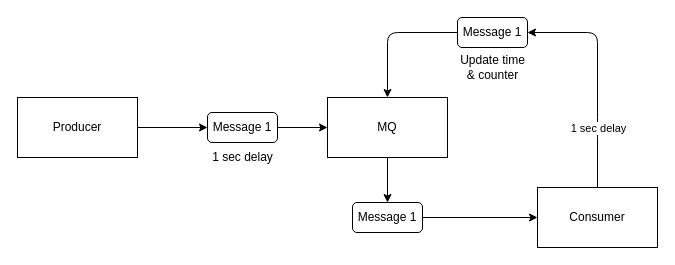
Earlier version of the draw.io diagram Docs/mq-loop-diagram.drawio (MarkBogelund/MessageManagementSystem). Source tidied: cells renumbered, new cells numbered last; positions are measured from the earlier drawing's top-left corner, leaving out a move shared by most shapes. Both pictures are drawn from the tidied source at 100%, with x=0, y=0 at pixel (17, 17).
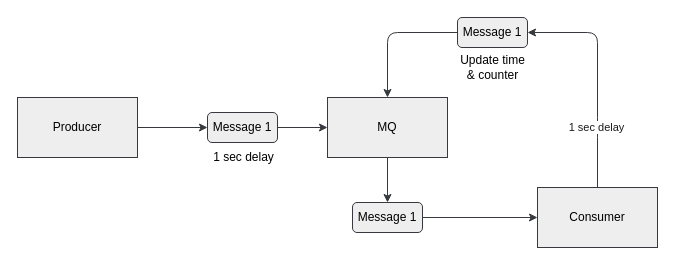
The same diagram, later.

Diff of the diagram source:
```diff
@@
-<mxGraphModel>
+<mxGraphModel background="#ffffff">
@@
-    <mxCell id="2" style="edgeStyle=none;html=1;entryX=0;entryY=0.5;entryDx=0;entryDy=0;" parent="1" edge="1" source="3" target="7">
+    <mxCell id="2" style="edgeStyle=none;html=1;entryX=0;entryY=0.5;entryDx=0;entryDy=0;fillColor=#eeeeee;strokeColor=#36393d;" parent="1" edge="1" source="3" target="7">
       <mxGeometry relative="1" as="geometry" />
     </mxCell>
-    <mxCell id="3" value="Producer" style="rounded=0;whiteSpace=wrap;html=1;" parent="1" vertex="1">
+    <mxCell id="3" value="&lt;font color=&quot;#000000&quot;&gt;Producer&lt;/font&gt;" style="rounded=0;whiteSpace=wrap;html=1;fillColor=#eeeeee;strokeColor=#36393d;" parent="1" vertex="1">
       <mxGeometry y="80" width="120" height="60" as="geometry" />
     </mxCell>
-    <mxCell id="4" style="edgeStyle=none;html=1;exitX=0.5;exitY=1;exitDx=0;exitDy=0;entryX=0.5;entryY=0;entryDx=0;entryDy=0;" parent="1" edge="1" source="5" target="9">
+    <mxCell id="4" style="edgeStyle=none;html=1;exitX=0.5;exitY=1;exitDx=0;exitDy=0;entryX=0.5;entryY=0;entryDx=0;entryDy=0;labelBorderColor=none;fillColor=#eeeeee;strokeColor=#36393d;" parent="1" edge="1" source="5" target="9">
       <mxGeometry relative="1" as="geometry" />
     </mxCell>
-    <mxCell id="5" value="MQ" style="rounded=0;whiteSpace=wrap;html=1;" parent="1" vertex="1">
+    <mxCell id="5" value="&lt;font color=&quot;#000000&quot;&gt;MQ&lt;/font&gt;" style="rounded=0;whiteSpace=wrap;html=1;fillColor=#eeeeee;strokeColor=#36393d;" parent="1" vertex="1">
       <mxGeometry x="310" y="80" width="120" height="60" as="geometry" />
     </mxCell>
-    <mxCell id="6" style="edgeStyle=none;html=1;exitX=1;exitY=0.5;exitDx=0;exitDy=0;entryX=0;entryY=0.5;entryDx=0;entryDy=0;" parent="1" edge="1" source="7" target="5">
+    <mxCell id="6" style="edgeStyle=none;html=1;exitX=1;exitY=0.5;exitDx=0;exitDy=0;entryX=0;entryY=0.5;entryDx=0;entryDy=0;fillColor=#eeeeee;strokeColor=#36393d;" parent="1" edge="1" source="7" target="5">
       <mxGeometry relative="1" as="geometry" />
     </mxCell>
-    <mxCell id="7" value="Message 1" style="rounded=1;whiteSpace=wrap;html=1;" parent="1" vertex="1">
+    <mxCell id="7" value="&lt;font color=&quot;#000000&quot;&gt;Message 1&lt;/font&gt;" style="rounded=1;whiteSpace=wrap;html=1;fillColor=#eeeeee;strokeColor=#36393d;" parent="1" vertex="1">
       <mxGeometry x="190" y="95" width="70" height="30" as="geometry" />
     </mxCell>
-    <mxCell id="8" style="edgeStyle=none;html=1;exitX=1;exitY=0.5;exitDx=0;exitDy=0;entryX=0;entryY=0.5;entryDx=0;entryDy=0;" parent="1" edge="1" source="9" target="12">
+    <mxCell id="8" style="edgeStyle=none;html=1;exitX=1;exitY=0.5;exitDx=0;exitDy=0;entryX=0;entryY=0.5;entryDx=0;entryDy=0;fillColor=#eeeeee;strokeColor=#36393d;" parent="1" edge="1" source="9" target="12">
       <mxGeometry relative="1" as="geometry" />
     </mxCell>
-    <mxCell id="9" value="Message 1" style="rounded=1;whiteSpace=wrap;html=1;" parent="1" vertex="1">
+    <mxCell id="9" value="&lt;font color=&quot;#000000&quot;&gt;Message 1&lt;/font&gt;" style="rounded=1;whiteSpace=wrap;html=1;fillColor=#eeeeee;strokeColor=#36393d;" parent="1" vertex="1">
       <mxGeometry x="335" y="185" width="70" height="30" as="geometry" />
     </mxCell>
-    <mxCell id="10" style="edgeStyle=none;html=1;exitX=0.5;exitY=0;exitDx=0;exitDy=0;entryX=1;entryY=0.5;entryDx=0;entryDy=0;" parent="1" edge="1" source="12" target="15">
+    <mxCell id="10" style="edgeStyle=none;html=1;exitX=0.5;exitY=0;exitDx=0;exitDy=0;entryX=1;entryY=0.5;entryDx=0;entryDy=0;fontStyle=0;labelBackgroundColor=#000000;fillColor=#eeeeee;strokeColor=#36393d;" parent="1" edge="1" source="12" target="15">
       <mxGeometry relative="1" as="geometry">
         <Array as="points">
           <mxPoint x="580" y="110" />
           <mxPoint x="580" y="15" />
         </Array>
       </mxGeometry>
     </mxCell>
-    <mxCell id="11" value="1 sec delay" style="edgeLabel;html=1;align=center;verticalAlign=middle;" parent="10" vertex="1">
-      <mxGeometry x="-0.59" y="-3" relative="1" as="geometry">
-        <mxPoint x="-3" y="-14" as="offset" />
+    <mxCell id="11" value="1 sec delay" style="edgeLabel;html=1;align=center;verticalAlign=middle;fontColor=#1A1A1A;labelBackgroundColor=#FFFFFF;" parent="10" vertex="1">
+      <mxGeometry x="-0.54" y="-5" relative="1" as="geometry">
+        <mxPoint x="-7" y="-9" as="offset" />
       </mxGeometry>
     </mxCell>
-    <mxCell id="12" value="Consumer" style="rounded=0;whiteSpace=wrap;html=1;" parent="1" vertex="1">
+    <mxCell id="12" value="&lt;font color=&quot;#000000&quot;&gt;Consumer&lt;/font&gt;" style="rounded=0;whiteSpace=wrap;html=1;fillColor=#eeeeee;strokeColor=#36393d;" parent="1" vertex="1">
       <mxGeometry x="520" y="170" width="120" height="60" as="geometry" />
     </mxCell>
-    <mxCell id="13" value="Update time&lt;br&gt;&amp;amp; counter" style="text;html=1;align=center;verticalAlign=middle;strokeColor=none;fillColor=none;" parent="1" vertex="1">
+    <mxCell id="13" value="Update time&lt;br&gt;&amp;amp; counter" style="text;html=1;align=center;verticalAlign=middle;strokeColor=none;fillColor=none;fontColor=#000000;" parent="1" vertex="1">
       <mxGeometry x="430" y="30" width="90" height="40" as="geometry" />
     </mxCell>
-    <mxCell id="14" style="edgeStyle=none;html=1;exitX=0;exitY=0.5;exitDx=0;exitDy=0;" parent="1" edge="1" source="15" target="5">
+    <mxCell id="14" style="edgeStyle=none;html=1;exitX=0;exitY=0.5;exitDx=0;exitDy=0;fillColor=#eeeeee;strokeColor=#36393d;" parent="1" edge="1" source="15" target="5">
       <mxGeometry relative="1" as="geometry">
         <Array as="points">
           <mxPoint x="370" y="15" />
         </Array>
       </mxGeometry>
     </mxCell>
-    <mxCell id="15" value="Message 1" style="rounded=1;whiteSpace=wrap;html=1;" parent="1" vertex="1">
+    <mxCell id="15" value="&lt;font color=&quot;#000000&quot;&gt;Message 1&lt;/font&gt;" style="rounded=1;whiteSpace=wrap;html=1;fillColor=#eeeeee;strokeColor=#36393d;" parent="1" vertex="1">
       <mxGeometry x="440" width="70" height="30" as="geometry" />
     </mxCell>
-    <mxCell id="16" value="1 sec delay" style="text;html=1;align=center;verticalAlign=middle;strokeColor=none;fillColor=none;" parent="1" vertex="1">
-      <mxGeometry x="185" y="125" width="80" height="30" as="geometry" />
+    <mxCell id="16" value="&lt;font color=&quot;#000000&quot;&gt;1 sec delay&lt;/font&gt;" style="text;html=1;align=center;verticalAlign=middle;" parent="1" vertex="1">
+      <mxGeometry x="186" y="127" width="79" height="26" as="geometry" />
     </mxCell>
```
